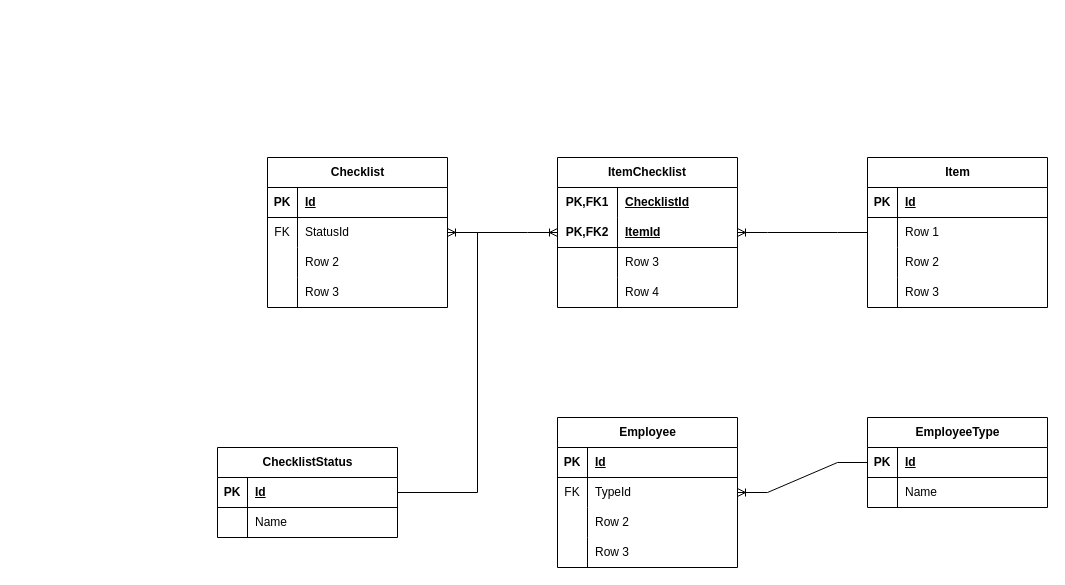
This is docs/DataModel.drawio from GuilhermeUhrigshardt/Checklist, a draw.io file, before an edit. Source tidied: cells renumbered, new cells numbered last; positions are measured from the earlier drawing's top-left corner, leaving out a move shared by most shapes. Both pictures are drawn from the tidied source at 100%, with x=0, y=0 at pixel (157, 157).
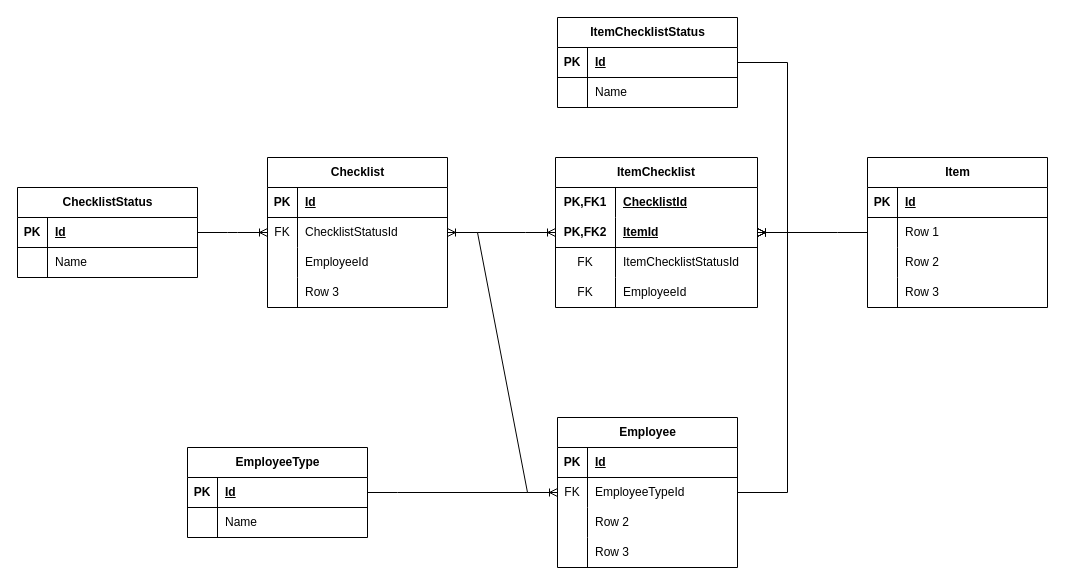
The same diagram, later.

Commit message:
model upd

Unchanged cells that the change refers to:
```xml
<mxCell id="2" value="Checklist" style="shape=table;startSize=30;childLayout=tableLayout;rowLines=0;fontStyle=1;align=center;html=1;" parent="1" vertex="1">
  <mxGeometry x="110" width="180" height="150" as="geometry" />
</mxCell>
<mxCell id="6" style="shape=tableRow;horizontal=0;startSize=0;swimlaneHead=0;swimlaneBody=0;fillColor=none;top=0;left=0;right=0;bottom=0;" parent="2" vertex="1">
  <mxGeometry y="60" width="180" height="30" as="geometry" />
</mxCell>
<mxCell id="9" style="shape=tableRow;horizontal=0;startSize=0;swimlaneHead=0;swimlaneBody=0;fillColor=none;top=0;left=0;right=0;bottom=0;" parent="2" vertex="1">
  <mxGeometry y="90" width="180" height="30" as="geometry" />
</mxCell>
<mxCell id="43" value="Employee" style="shape=table;startSize=30;childLayout=tableLayout;rowLines=0;fontStyle=1;align=center;html=1;" parent="1" vertex="1">
  <mxGeometry x="400" y="260" width="180" height="150" as="geometry" />
</mxCell>
<mxCell id="47" style="shape=tableRow;horizontal=0;startSize=0;swimlaneHead=0;swimlaneBody=0;fillColor=none;top=0;left=0;right=0;bottom=0;" parent="43" vertex="1">
  <mxGeometry y="60" width="180" height="30" as="geometry" />
</mxCell>
```

The edit, as a diff of the source:
```diff
@@
-    <mxCell id="8" value="StatusId" style="shape=partialRectangle;fillColor=none;top=0;left=0;bottom=0;right=0;align=left;spacingLeft=6;overflow=hidden;whiteSpace=wrap;html=1;" parent="6" vertex="1">
+    <mxCell id="8" value="ChecklistStatusId" style="shape=partialRectangle;fillColor=none;top=0;left=0;bottom=0;right=0;align=left;spacingLeft=6;overflow=hidden;whiteSpace=wrap;html=1;" parent="6" vertex="1">
       <mxGeometry x="30" width="150" height="30" as="geometry" />
     </mxCell>
@@
-    <mxCell id="11" value="Row 2" style="shape=partialRectangle;fillColor=none;top=0;left=0;bottom=0;right=0;align=left;spacingLeft=6;overflow=hidden;whiteSpace=wrap;html=1;" parent="9" vertex="1">
+    <mxCell id="11" value="EmployeeId" style="shape=partialRectangle;fillColor=none;top=0;left=0;bottom=0;right=0;align=left;spacingLeft=6;overflow=hidden;whiteSpace=wrap;html=1;" parent="9" vertex="1">
       <mxGeometry x="30" width="150" height="30" as="geometry" />
     </mxCell>
@@
     <mxCell id="30" value="&lt;span style=&quot;text-wrap: nowrap;&quot;&gt;ItemChecklist&lt;/span&gt;" style="shape=table;startSize=30;childLayout=tableLayout;rowLines=0;fontStyle=1;align=center;html=1;whiteSpace=wrap;" parent="1" vertex="1">
-      <mxGeometry x="400" width="180" height="150" as="geometry" />
+      <mxGeometry x="398" width="202" height="150" as="geometry" />
     </mxCell>
     <mxCell id="31" style="shape=tableRow;horizontal=0;startSize=0;swimlaneHead=0;swimlaneBody=0;fillColor=none;top=0;left=0;right=0;bottom=0;html=1;" parent="30" vertex="1">
-      <mxGeometry y="30" width="180" height="30" as="geometry" />
+      <mxGeometry y="30" width="202" height="30" as="geometry" />
     </mxCell>
@@
     <mxCell id="33" value="ChecklistId" style="shape=partialRectangle;fillColor=none;top=0;left=0;bottom=0;right=0;align=left;spacingLeft=6;fontStyle=5;overflow=hidden;html=1;whiteSpace=wrap;" parent="31" vertex="1">
-      <mxGeometry x="60" width="120" height="30" as="geometry" />
+      <mxGeometry x="60" width="142" height="30" as="geometry" />
     </mxCell>
     <mxCell id="34" style="shape=tableRow;horizontal=0;startSize=0;swimlaneHead=0;swimlaneBody=0;fillColor=none;top=0;left=0;right=0;bottom=1;html=1;" parent="30" vertex="1">
-      <mxGeometry y="60" width="180" height="30" as="geometry" />
+      <mxGeometry y="60" width="202" height="30" as="geometry" />
     </mxCell>
@@
     <mxCell id="36" value="ItemId" style="shape=partialRectangle;fillColor=none;top=0;left=0;bottom=0;right=0;align=left;spacingLeft=6;fontStyle=5;overflow=hidden;html=1;whiteSpace=wrap;" parent="34" vertex="1">
-      <mxGeometry x="60" width="120" height="30" as="geometry" />
+      <mxGeometry x="60" width="142" height="30" as="geometry" />
     </mxCell>
     <mxCell id="37" style="shape=tableRow;horizontal=0;startSize=0;swimlaneHead=0;swimlaneBody=0;fillColor=none;top=0;left=0;right=0;bottom=0;html=1;" parent="30" vertex="1">
-      <mxGeometry y="90" width="180" height="30" as="geometry" />
+      <mxGeometry y="90" width="202" height="30" as="geometry" />
     </mxCell>
-    <mxCell id="38" style="shape=partialRectangle;fillColor=none;top=0;left=0;bottom=0;right=0;overflow=hidden;html=1;whiteSpace=wrap;" parent="37" vertex="1">
+    <mxCell id="38" value="FK" style="shape=partialRectangle;fillColor=none;top=0;left=0;bottom=0;right=0;overflow=hidden;html=1;whiteSpace=wrap;" parent="37" vertex="1">
       <mxGeometry width="60" height="30" as="geometry" />
     </mxCell>
-    <mxCell id="39" value="Row 3" style="shape=partialRectangle;fillColor=none;top=0;left=0;bottom=0;right=0;align=left;spacingLeft=6;overflow=hidden;html=1;whiteSpace=wrap;" parent="37" vertex="1">
-      <mxGeometry x="60" width="120" height="30" as="geometry" />
+    <mxCell id="39" value="ItemChecklistStatusId" style="shape=partialRectangle;fillColor=none;top=0;left=0;bottom=0;right=0;align=left;spacingLeft=6;overflow=hidden;html=1;whiteSpace=wrap;" parent="37" vertex="1">
+      <mxGeometry x="60" width="142" height="30" as="geometry" />
     </mxCell>
     <mxCell id="40" style="shape=tableRow;horizontal=0;startSize=0;swimlaneHead=0;swimlaneBody=0;fillColor=none;top=0;left=0;right=0;bottom=0;html=1;" parent="30" vertex="1">
-      <mxGeometry y="120" width="180" height="30" as="geometry" />
+      <mxGeometry y="120" width="202" height="30" as="geometry" />
     </mxCell>
-    <mxCell id="41" style="shape=partialRectangle;fillColor=none;top=0;left=0;bottom=0;right=0;overflow=hidden;html=1;whiteSpace=wrap;" parent="40" vertex="1">
+    <mxCell id="41" value="FK" style="shape=partialRectangle;fillColor=none;top=0;left=0;bottom=0;right=0;overflow=hidden;html=1;whiteSpace=wrap;" parent="40" vertex="1">
       <mxGeometry width="60" height="30" as="geometry" />
     </mxCell>
-    <mxCell id="42" value="Row 4" style="shape=partialRectangle;fillColor=none;top=0;left=0;bottom=0;right=0;align=left;spacingLeft=6;overflow=hidden;html=1;whiteSpace=wrap;" parent="40" vertex="1">
-      <mxGeometry x="60" width="120" height="30" as="geometry" />
+    <mxCell id="42" value="EmployeeId" style="shape=partialRectangle;fillColor=none;top=0;left=0;bottom=0;right=0;align=left;spacingLeft=6;overflow=hidden;html=1;whiteSpace=wrap;" parent="40" vertex="1">
+      <mxGeometry x="60" width="142" height="30" as="geometry" />
     </mxCell>
@@
-    <mxCell id="49" value="TypeId" style="shape=partialRectangle;fillColor=none;top=0;left=0;bottom=0;right=0;align=left;spacingLeft=6;overflow=hidden;whiteSpace=wrap;html=1;" parent="47" vertex="1">
+    <mxCell id="49" value="EmployeeTypeId" style="shape=partialRectangle;fillColor=none;top=0;left=0;bottom=0;right=0;align=left;spacingLeft=6;overflow=hidden;whiteSpace=wrap;html=1;" parent="47" vertex="1">
       <mxGeometry x="30" width="150" height="30" as="geometry" />
     </mxCell>
@@
     <mxCell id="56" value="EmployeeType" style="shape=table;startSize=30;childLayout=tableLayout;rowLines=0;fontStyle=1;align=center;html=1;" parent="1" vertex="1">
-      <mxGeometry x="710" y="260" width="180" height="90" as="geometry" />
+      <mxGeometry x="30" y="290" width="180" height="90" as="geometry" />
     </mxCell>
@@
     <mxCell id="64" value="ChecklistStatus" style="shape=table;startSize=30;childLayout=tableLayout;rowLines=0;fontStyle=1;align=center;html=1;" parent="1" vertex="1">
-      <mxGeometry x="60" y="290" width="180" height="90" as="geometry" />
+      <mxGeometry x="-140" y="30" width="180" height="90" as="geometry" />
     </mxCell>
@@
+    <mxCell id="72" value="ItemChecklistStatus" style="shape=table;startSize=30;childLayout=tableLayout;rowLines=0;fontStyle=1;align=center;html=1;" parent="1" vertex="1">
+      <mxGeometry x="400" y="-140" width="180" height="90" as="geometry" />
+    </mxCell>
+    <mxCell id="73" style="shape=tableRow;horizontal=0;startSize=0;swimlaneHead=0;swimlaneBody=0;fillColor=none;top=0;left=0;right=0;bottom=1;" parent="72" vertex="1">
+      <mxGeometry y="30" width="180" height="30" as="geometry" />
+    </mxCell>
+    <mxCell id="74" value="PK" style="shape=partialRectangle;fillColor=none;top=0;left=0;bottom=0;right=0;fontStyle=1;overflow=hidden;whiteSpace=wrap;html=1;" parent="73" vertex="1">
+      <mxGeometry width="30" height="30" as="geometry" />
+    </mxCell>
+    <mxCell id="75" value="Id" style="shape=partialRectangle;fillColor=none;top=0;left=0;bottom=0;right=0;align=left;spacingLeft=6;fontStyle=5;overflow=hidden;whiteSpace=wrap;html=1;" parent="73" vertex="1">
+      <mxGeometry x="30" width="150" height="30" as="geometry" />
+    </mxCell>
+    <mxCell id="76" style="shape=tableRow;horizontal=0;startSize=0;swimlaneHead=0;swimlaneBody=0;fillColor=none;top=0;left=0;right=0;bottom=0;" parent="72" vertex="1">
+      <mxGeometry y="60" width="180" height="30" as="geometry" />
+    </mxCell>
+    <mxCell id="77" style="shape=partialRectangle;fillColor=none;top=0;left=0;bottom=0;right=0;overflow=hidden;whiteSpace=wrap;html=1;" parent="76" vertex="1">
+      <mxGeometry width="30" height="30" as="geometry" />
+    </mxCell>
+    <mxCell id="78" value="Name" style="shape=partialRectangle;fillColor=none;top=0;left=0;bottom=0;right=0;align=left;spacingLeft=6;overflow=hidden;whiteSpace=wrap;html=1;" parent="76" vertex="1">
+      <mxGeometry x="30" width="150" height="30" as="geometry" />
+    </mxCell>
+    <mxCell id="79" style="edgeStyle=entityRelationEdgeStyle;fontSize=12;html=1;endArrow=ERoneToMany;rounded=0;" parent="1" edge="1" source="72" target="30">
+      <mxGeometry relative="1" as="geometry" />
+    </mxCell>
+    <mxCell id="80" style="edgeStyle=entityRelationEdgeStyle;fontSize=12;html=1;endArrow=ERoneToMany;rounded=0;" parent="1" edge="1" source="43" target="2">
+      <mxGeometry relative="1" as="geometry" />
+    </mxCell>
+    <mxCell id="81" style="edgeStyle=entityRelationEdgeStyle;fontSize=12;html=1;endArrow=ERoneToMany;rounded=0;" parent="1" edge="1" source="43" target="30">
+      <mxGeometry relative="1" as="geometry">
+        <Array as="points">
+          <mxPoint x="534" y="245" />
+          <mxPoint x="554" y="115" />
+          <mxPoint x="574" y="125" />
+          <mxPoint x="530" y="190" />
+          <mxPoint x="544" y="115" />
+        </Array>
+      </mxGeometry>
+    </mxCell>
```
